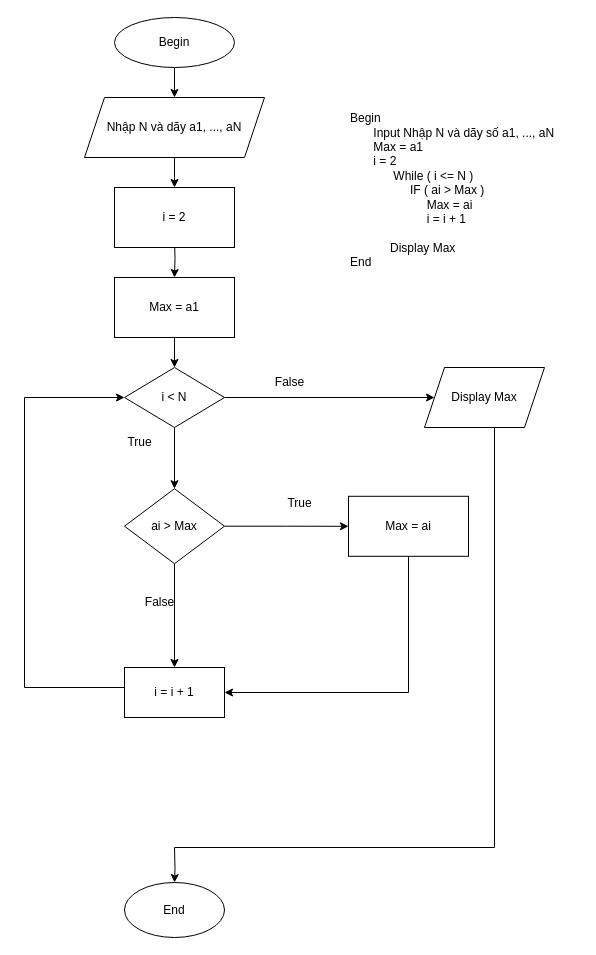
Above: ss4_MoTaThuatToanBangPseudoCode&Flowchart/BaiTap/TimSoLonNhaTrongMotDaySo.drawio in NguyenDung2211-nd/CO924G1-NguyenDung (draw.io), before the change. Source tidied: cells renumbered, new cells numbered last; positions are measured from the earlier drawing's top-left corner, leaving out a move shared by most shapes. Both pictures are drawn from the tidied source at 100%, with x=0, y=0 at pixel (24, 17).
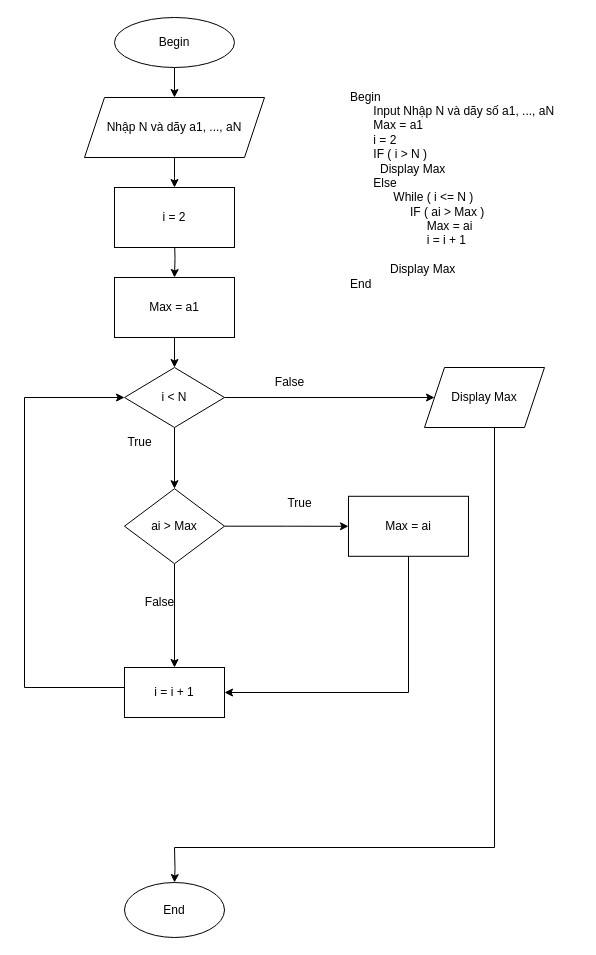
The same diagram, later.

The edit, as a diff of the source:
```diff
@@
-    <mxCell id="2" value="Begin&lt;div&gt;&amp;nbsp; &amp;nbsp; &amp;nbsp; &amp;nbsp;Input Nhập N và dãy số a1, ..., aN&lt;/div&gt;&lt;div&gt;&amp;nbsp; &amp;nbsp; &amp;nbsp; &amp;nbsp;Max = a1&lt;/div&gt;&lt;div&gt;&amp;nbsp; &amp;nbsp; &amp;nbsp; &amp;nbsp;i = 2&lt;/div&gt;&lt;div&gt;&amp;nbsp; &amp;nbsp; &amp;nbsp; &amp;nbsp; &amp;nbsp; &amp;nbsp; &amp;nbsp;While ( i &amp;lt;= N )&lt;/div&gt;&lt;div&gt;&amp;nbsp; &amp;nbsp; &amp;nbsp; &amp;nbsp; &amp;nbsp; &amp;nbsp; &amp;nbsp; &amp;nbsp; &amp;nbsp; IF ( ai &amp;gt; Max )&lt;/div&gt;&lt;div&gt;&amp;nbsp; &amp;nbsp; &amp;nbsp; &amp;nbsp; &amp;nbsp; &amp;nbsp; &amp;nbsp; &amp;nbsp; &amp;nbsp; &amp;nbsp; &amp;nbsp; &amp;nbsp;Max = ai&lt;/div&gt;&lt;div&gt;&amp;nbsp; &amp;nbsp; &amp;nbsp; &amp;nbsp; &amp;nbsp; &amp;nbsp; &amp;nbsp; &amp;nbsp; &amp;nbsp; &amp;nbsp; &amp;nbsp; &amp;nbsp;i = i + 1&lt;/div&gt;&lt;div&gt;&amp;nbsp; &amp;nbsp; &amp;nbsp; &amp;nbsp; &amp;nbsp; &amp;nbsp; &amp;nbsp; &amp;nbsp; &amp;nbsp;&amp;nbsp;&lt;/div&gt;&lt;div&gt;&amp;nbsp; &amp;nbsp; &amp;nbsp; &amp;nbsp; &amp;nbsp; &amp;nbsp; Display Max&lt;/div&gt;&lt;div&gt;End&lt;/div&gt;&lt;div&gt;&lt;br&gt;&lt;/div&gt;" style="text;html=1;align=left;verticalAlign=middle;strokeColor=none;fillColor=none;" parent="1" vertex="1">
-      <mxGeometry x="324" y="85" width="230" height="190" as="geometry" />
+    <mxCell id="2" value="Begin&lt;div&gt;&amp;nbsp; &amp;nbsp; &amp;nbsp; &amp;nbsp;Input Nhập N và dãy số a1, ..., aN&lt;/div&gt;&lt;div&gt;&amp;nbsp; &amp;nbsp; &amp;nbsp; &amp;nbsp;Max = a1&lt;/div&gt;&lt;div&gt;&amp;nbsp; &amp;nbsp; &amp;nbsp; &amp;nbsp;i = 2&lt;/div&gt;&lt;div&gt;&amp;nbsp; &amp;nbsp; &amp;nbsp; &amp;nbsp;IF ( i &amp;gt; N )&lt;/div&gt;&lt;div&gt;&amp;nbsp; &amp;nbsp; &amp;nbsp; &amp;nbsp; &amp;nbsp;Display Max&lt;/div&gt;&lt;div&gt;&amp;nbsp; &amp;nbsp; &amp;nbsp; &amp;nbsp;Else&lt;/div&gt;&lt;div&gt;&amp;nbsp; &amp;nbsp; &amp;nbsp; &amp;nbsp; &amp;nbsp; &amp;nbsp; &amp;nbsp;While ( i &amp;lt;= N )&lt;/div&gt;&lt;div&gt;&amp;nbsp; &amp;nbsp; &amp;nbsp; &amp;nbsp; &amp;nbsp; &amp;nbsp; &amp;nbsp; &amp;nbsp; &amp;nbsp; IF ( ai &amp;gt; Max )&lt;/div&gt;&lt;div&gt;&amp;nbsp; &amp;nbsp; &amp;nbsp; &amp;nbsp; &amp;nbsp; &amp;nbsp; &amp;nbsp; &amp;nbsp; &amp;nbsp; &amp;nbsp; &amp;nbsp; &amp;nbsp;Max = ai&lt;/div&gt;&lt;div&gt;&amp;nbsp; &amp;nbsp; &amp;nbsp; &amp;nbsp; &amp;nbsp; &amp;nbsp; &amp;nbsp; &amp;nbsp; &amp;nbsp; &amp;nbsp; &amp;nbsp; &amp;nbsp;i = i + 1&lt;/div&gt;&lt;div&gt;&amp;nbsp; &amp;nbsp; &amp;nbsp; &amp;nbsp; &amp;nbsp; &amp;nbsp; &amp;nbsp; &amp;nbsp; &amp;nbsp;&amp;nbsp;&lt;/div&gt;&lt;div&gt;&amp;nbsp; &amp;nbsp; &amp;nbsp; &amp;nbsp; &amp;nbsp; &amp;nbsp; Display Max&lt;/div&gt;&lt;div&gt;End&lt;/div&gt;&lt;div&gt;&lt;br&gt;&lt;/div&gt;" style="text;html=1;align=left;verticalAlign=middle;strokeColor=none;fillColor=none;" parent="1" vertex="1">
+      <mxGeometry x="324" y="65" width="230" height="230" as="geometry" />
     </mxCell>
```
